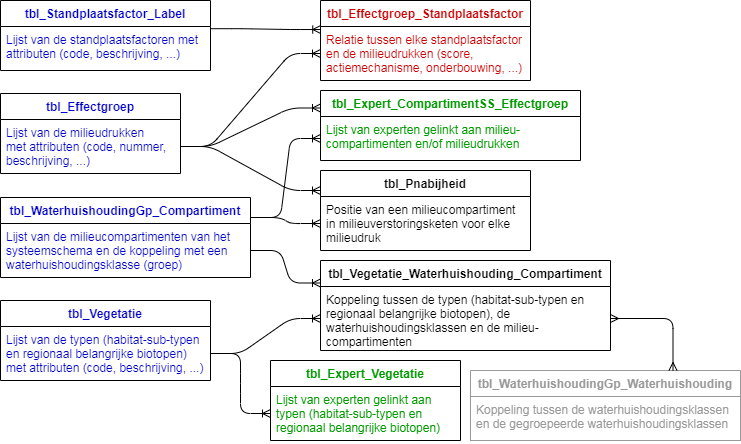
Above: 010_making_choices_website/source/detailed/040_systeemschema/Systeemschema_db_structuur_simpl_col.png in inbo/n2khab-mne-designs (draw.io), before the change. Source tidied: cells renumbered, new cells last; positions are measured from the earlier drawing's top-left corner, leaving out a move shared by most shapes.
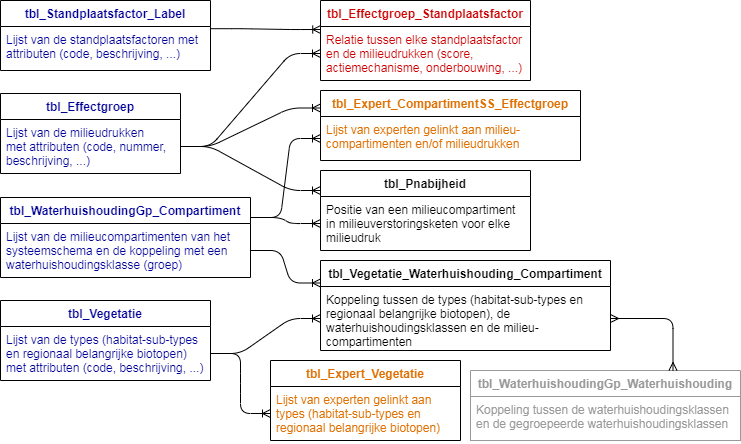
The same file after the commit.

Commit message:
systeemschema details: modify fig structure db simplified

What changed in the source:
```diff
@@ -2,10 +2,10 @@
   <root>
     <mxCell id="0" />
     <mxCell id="1" parent="0" />
-    <mxCell id="2" value="tbl_Effectgroep" style="swimlane;fontStyle=1;horizontal=1;startSize=26;align=center;fontSize=12;fontColor=#0000CC;" parent="1" vertex="1">
+    <mxCell id="2" value="tbl_Effectgroep" style="swimlane;fontStyle=1;horizontal=1;startSize=26;align=center;fontSize=12;fontColor=#000099;" parent="1" vertex="1">
       <mxGeometry y="93" width="180" height="80" as="geometry" />
     </mxCell>
-    <mxCell id="3" value="Lijst van de milieudrukken&#10;met attributen (code, nummer, &#10;beschrijving, ...) &#10;" style="text;strokeColor=none;fillColor=none;spacingLeft=4;spacingRight=4;overflow=hidden;points=[[0,0.5],[1,0.5]];portConstraint=eastwest;fontSize=12;fontColor=#0000CC;" parent="2" vertex="1">
+    <mxCell id="3" value="Lijst van de milieudrukken&#10;met attributen (code, nummer, &#10;beschrijving, ...) &#10;" style="text;strokeColor=none;fillColor=none;spacingLeft=4;spacingRight=4;overflow=hidden;points=[[0,0.5],[1,0.5]];portConstraint=eastwest;fontSize=12;fontColor=#000099;" parent="2" vertex="1">
       <mxGeometry y="26" width="180" height="54" as="geometry" />
     </mxCell>
     <mxCell id="4" value="tbl_Effectgroep_Standplaatsfactor" style="swimlane;fontStyle=1;horizontal=1;startSize=26;align=center;fontSize=12;fontColor=#CC0000;" parent="1" vertex="1">
@@ -14,16 +14,16 @@
     <mxCell id="5" value="Relatie tussen elke standplaatsfactor &#10;en de milieudrukken (score, &#10;actiemechanisme, onderbouwing, ...)&#10;" style="text;strokeColor=none;fillColor=none;spacingLeft=4;spacingRight=4;overflow=hidden;points=[[0,0.5],[1,0.5]];portConstraint=eastwest;fontSize=12;fontColor=#CC0000;" parent="4" vertex="1">
       <mxGeometry y="26" width="210" height="54" as="geometry" />
     </mxCell>
-    <mxCell id="6" value="tbl_Expert_CompartimentSS_Effectgroep" style="swimlane;fontStyle=1;horizontal=1;startSize=26;align=center;fontSize=12;fontColor=#009900;" parent="1" vertex="1">
+    <mxCell id="6" value="tbl_Expert_CompartimentSS_Effectgroep" style="swimlane;fontStyle=1;horizontal=1;startSize=26;align=center;fontSize=12;fontColor=#DE6F00;" parent="1" vertex="1">
       <mxGeometry x="320" y="90" width="260" height="70" as="geometry" />
     </mxCell>
-    <mxCell id="7" value="Lijst van experten gelinkt aan milieu-&#10;compartimenten en/of milieudrukken" style="text;strokeColor=none;fillColor=none;spacingLeft=4;spacingRight=4;overflow=hidden;points=[[0,0.5],[1,0.5]];portConstraint=eastwest;fontSize=12;fontColor=#009900;" parent="6" vertex="1">
+    <mxCell id="7" value="Lijst van experten gelinkt aan milieu-&#10;compartimenten en/of milieudrukken" style="text;strokeColor=none;fillColor=none;spacingLeft=4;spacingRight=4;overflow=hidden;points=[[0,0.5],[1,0.5]];portConstraint=eastwest;fontSize=12;fontColor=#DE6F00;" parent="6" vertex="1">
       <mxGeometry y="26" width="260" height="44" as="geometry" />
     </mxCell>
-    <mxCell id="8" value="tbl_Expert_Vegetatie" style="swimlane;fontStyle=1;horizontal=1;startSize=26;align=center;fontSize=12;fontColor=#009900;" parent="1" vertex="1">
+    <mxCell id="8" value="tbl_Expert_Vegetatie" style="swimlane;fontStyle=1;horizontal=1;startSize=26;align=center;fontSize=12;fontColor=#DE6F00;" parent="1" vertex="1">
       <mxGeometry x="270" y="360" width="190" height="80" as="geometry" />
     </mxCell>
-    <mxCell id="9" value="Lijst van experten gelinkt aan &#10;typen (habitat-sub-typen en &#10;regionaal belangrijke biotopen)" style="text;strokeColor=none;fillColor=none;spacingLeft=4;spacingRight=4;overflow=hidden;points=[[0,0.5],[1,0.5]];portConstraint=eastwest;fontSize=12;fontColor=#009900;" parent="8" vertex="1">
+    <mxCell id="9" value="Lijst van experten gelinkt aan &#10;types (habitat-sub-types en &#10;regionaal belangrijke biotopen)" style="text;strokeColor=none;fillColor=none;spacingLeft=4;spacingRight=4;overflow=hidden;points=[[0,0.5],[1,0.5]];portConstraint=eastwest;fontSize=12;fontColor=#DE6F00;" parent="8" vertex="1">
       <mxGeometry y="26" width="190" height="54" as="geometry" />
     </mxCell>
     <mxCell id="10" value="tbl_Pnabijheid" style="swimlane;fontStyle=1;horizontal=1;startSize=26;align=center;fontSize=12;" parent="1" vertex="1">
@@ -32,22 +32,22 @@
     <mxCell id="11" value="Positie van een milieucompartiment&#10;in milieuverstoringsketen voor elke &#10;milieudruk" style="text;strokeColor=none;fillColor=none;spacingLeft=4;spacingRight=4;overflow=hidden;points=[[0,0.5],[1,0.5]];portConstraint=eastwest;fontSize=12;" parent="10" vertex="1">
       <mxGeometry y="26" width="210" height="54" as="geometry" />
     </mxCell>
-    <mxCell id="12" value="tbl_Vegetatie" style="swimlane;fontStyle=1;horizontal=1;startSize=26;align=center;fontSize=12;fontColor=#0000CC;" parent="1" vertex="1">
+    <mxCell id="12" value="tbl_Vegetatie" style="swimlane;fontStyle=1;horizontal=1;startSize=26;align=center;fontSize=12;fontColor=#000099;" parent="1" vertex="1">
       <mxGeometry y="300" width="210" height="80" as="geometry" />
     </mxCell>
-    <mxCell id="13" value="Lijst van de typen (habitat-sub-typen &#10;en regionaal belangrijke biotopen) &#10;met attributen (code, beschrijving, ...)" style="text;strokeColor=none;fillColor=none;spacingLeft=4;spacingRight=4;overflow=hidden;points=[[0,0.5],[1,0.5]];portConstraint=eastwest;fontSize=12;fontColor=#0000CC;" parent="12" vertex="1">
+    <mxCell id="13" value="Lijst van de types (habitat-sub-types&#10;en regionaal belangrijke biotopen) &#10;met attributen (code, beschrijving, ...)" style="text;strokeColor=none;fillColor=none;spacingLeft=4;spacingRight=4;overflow=hidden;points=[[0,0.5],[1,0.5]];portConstraint=eastwest;fontSize=12;fontColor=#000099;" parent="12" vertex="1">
       <mxGeometry y="26" width="210" height="54" as="geometry" />
     </mxCell>
     <mxCell id="14" value="tbl_Vegetatie_Waterhuishouding_Compartiment" style="swimlane;fontStyle=1;horizontal=1;startSize=26;align=center;fontSize=12;" parent="1" vertex="1">
       <mxGeometry x="320" y="260" width="290" height="90" as="geometry" />
     </mxCell>
-    <mxCell id="15" value="Koppeling tussen de typen (habitat-sub-typen en &#10;regionaal belangrijke biotopen), de &#10;waterhuishoudingsklassen en de milieu-&#10;compartimenten&#10; " style="text;strokeColor=none;fillColor=none;spacingLeft=4;spacingRight=4;overflow=hidden;points=[[0,0.5],[1,0.5]];portConstraint=eastwest;fontSize=12;" parent="14" vertex="1">
+    <mxCell id="15" value="Koppeling tussen de types (habitat-sub-types en &#10;regionaal belangrijke biotopen), de &#10;waterhuishoudingsklassen en de milieu-&#10;compartimenten&#10; " style="text;strokeColor=none;fillColor=none;spacingLeft=4;spacingRight=4;overflow=hidden;points=[[0,0.5],[1,0.5]];portConstraint=eastwest;fontSize=12;" parent="14" vertex="1">
       <mxGeometry y="26" width="290" height="64" as="geometry" />
     </mxCell>
-    <mxCell id="16" value="tbl_WaterhuishoudingGp_Compartiment" style="swimlane;fontStyle=1;horizontal=1;startSize=26;align=center;fontSize=12;fontColor=#0000CC;" parent="1" vertex="1">
+    <mxCell id="16" value="tbl_WaterhuishoudingGp_Compartiment" style="swimlane;fontStyle=1;horizontal=1;startSize=26;align=center;fontSize=12;fontColor=#000099;" parent="1" vertex="1">
       <mxGeometry y="197" width="250" height="80" as="geometry" />
     </mxCell>
-    <mxCell id="17" value="Lijst van de milieucompartimenten van het&#10;systeemschema en de koppeling met een&#10;waterhuishoudingsklasse (groep)" style="text;strokeColor=none;fillColor=none;spacingLeft=4;spacingRight=4;overflow=hidden;points=[[0,0.5],[1,0.5]];portConstraint=eastwest;fontSize=12;fontColor=#0000CC;" parent="16" vertex="1">
+    <mxCell id="17" value="Lijst van de milieucompartimenten van het&#10;systeemschema en de koppeling met een&#10;waterhuishoudingsklasse (groep)" style="text;strokeColor=none;fillColor=none;spacingLeft=4;spacingRight=4;overflow=hidden;points=[[0,0.5],[1,0.5]];portConstraint=eastwest;fontSize=12;fontColor=#000099;" parent="16" vertex="1">
       <mxGeometry y="26" width="250" height="54" as="geometry" />
     </mxCell>
     <mxCell id="18" value="tbl_WaterhuishoudingGp_Waterhuishouding" style="swimlane;fontStyle=1;horizontal=1;startSize=26;align=center;fontSize=12;fontColor=#999999;strokeColor=#999999;" parent="1" vertex="1">
@@ -80,10 +80,10 @@
     <mxCell id="27" style="edgeStyle=entityRelationEdgeStyle;fontSize=12;html=1;endArrow=ERoneToMany;entryX=0.001;entryY=0.056;entryDx=0;entryDy=0;entryPerimeter=0;exitX=1.003;exitY=0.05;exitDx=0;exitDy=0;exitPerimeter=0;" parent="1" edge="1" source="29" target="5">
       <mxGeometry relative="1" as="geometry" />
     </mxCell>
-    <mxCell id="28" value="tbl_Standplaatsfactor_Label" style="swimlane;fontStyle=1;horizontal=1;startSize=26;align=center;fontSize=12;fontColor=#0000CC;" parent="1" vertex="1">
+    <mxCell id="28" value="tbl_Standplaatsfactor_Label" style="swimlane;fontStyle=1;horizontal=1;startSize=26;align=center;fontSize=12;fontColor=#000099;" parent="1" vertex="1">
       <mxGeometry width="210" height="70" as="geometry" />
     </mxCell>
-    <mxCell id="29" value="Lijst van de standplaatsfactoren met &#10;attributen (code, beschrijving, ...)" style="text;strokeColor=none;fillColor=none;spacingLeft=4;spacingRight=4;overflow=hidden;points=[[0,0.5],[1,0.5]];portConstraint=eastwest;fontSize=12;fontColor=#0000CC;" parent="28" vertex="1">
+    <mxCell id="29" value="Lijst van de standplaatsfactoren met &#10;attributen (code, beschrijving, ...)" style="text;strokeColor=none;fillColor=none;spacingLeft=4;spacingRight=4;overflow=hidden;points=[[0,0.5],[1,0.5]];portConstraint=eastwest;fontSize=12;fontColor=#000099;" parent="28" vertex="1">
       <mxGeometry y="26" width="210" height="44" as="geometry" />
     </mxCell>
     <mxCell id="30" style="edgeStyle=entityRelationEdgeStyle;fontSize=12;html=1;endArrow=ERoneToMany;entryX=0;entryY=0.25;entryDx=0;entryDy=0;exitX=1;exitY=0.5;exitDx=0;exitDy=0;" parent="1" edge="1" source="3" target="10">
```
